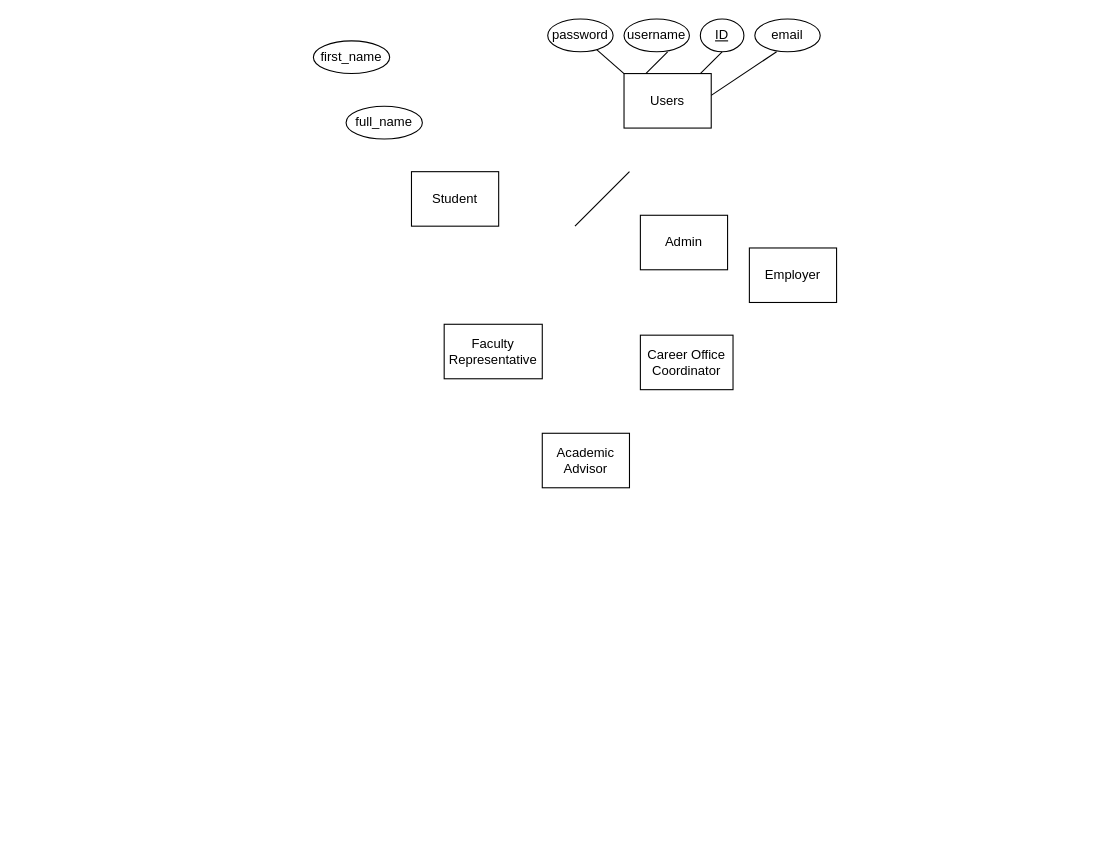
This is EERD_file1.drawio from RamyCodes/EERD, a draw.io file, before an edit. Source tidied: cells renumbered, new cells numbered last; positions are measured from the earlier drawing's top-left corner, leaving out a move shared by most shapes. Both pictures are drawn from the tidied source at 109%, with x=0, y=0 at pixel (313, 19).
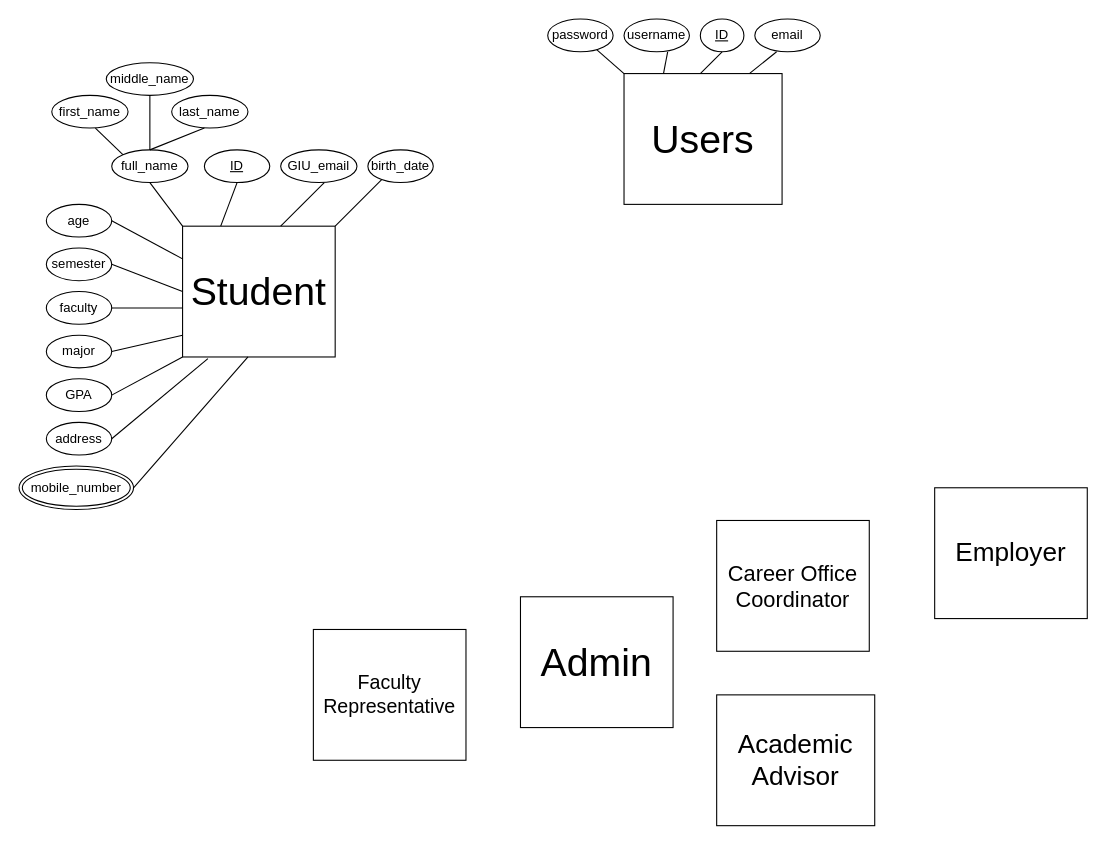
The same diagram, later.

Diff of the diagram source:
```diff
@@
-    <mxCell id="2" value="Student" style="rounded=0;whiteSpace=wrap;html=1;" parent="1" vertex="1">
-      <mxGeometry x="90" y="140" width="80" height="50" as="geometry" />
+    <mxCell id="2" value="&lt;font style=&quot;font-size: 36px&quot;&gt;Student&lt;/font&gt;" style="rounded=0;whiteSpace=wrap;html=1;" parent="1" vertex="1">
+      <mxGeometry x="-120" y="190" width="140" height="120" as="geometry" />
     </mxCell>
-    <mxCell id="3" value="Employer" style="rounded=0;whiteSpace=wrap;html=1;" parent="1" vertex="1">
-      <mxGeometry x="400" y="210" width="80" height="50" as="geometry" />
+    <mxCell id="3" value="&lt;font style=&quot;font-size: 24px&quot;&gt;Employer&lt;/font&gt;" style="rounded=0;whiteSpace=wrap;html=1;" parent="1" vertex="1">
+      <mxGeometry x="570" y="430" width="140" height="120" as="geometry" />
     </mxCell>
-    <mxCell id="4" value="Admin" style="rounded=0;whiteSpace=wrap;html=1;" parent="1" vertex="1">
-      <mxGeometry x="300" y="180" width="80" height="50" as="geometry" />
+    <mxCell id="4" value="&lt;font style=&quot;font-size: 36px&quot;&gt;Admin&lt;/font&gt;" style="rounded=0;whiteSpace=wrap;html=1;" parent="1" vertex="1">
+      <mxGeometry x="190" y="530" width="140" height="120" as="geometry" />
     </mxCell>
-    <mxCell id="5" value="Faculty Representative" style="rounded=0;whiteSpace=wrap;html=1;" parent="1" vertex="1">
-      <mxGeometry x="120" y="280" width="90" height="50" as="geometry" />
+    <mxCell id="5" value="&lt;font style=&quot;font-size: 18px&quot;&gt;Faculty Representative&lt;/font&gt;" style="rounded=0;whiteSpace=wrap;html=1;" parent="1" vertex="1">
+      <mxGeometry y="560" width="140" height="120" as="geometry" />
     </mxCell>
-    <mxCell id="6" value="Career Office&lt;br&gt;Coordinator" style="rounded=0;whiteSpace=wrap;html=1;" parent="1" vertex="1">
-      <mxGeometry x="300" y="290" width="85" height="50" as="geometry" />
+    <mxCell id="6" value="&lt;font style=&quot;font-size: 20px&quot;&gt;Career Office&lt;br&gt;Coordinator&lt;/font&gt;" style="rounded=0;whiteSpace=wrap;html=1;" parent="1" vertex="1">
+      <mxGeometry x="370" y="460" width="140" height="120" as="geometry" />
     </mxCell>
-    <mxCell id="7" value="Academic Advisor" style="rounded=0;whiteSpace=wrap;html=1;" parent="1" vertex="1">
-      <mxGeometry x="210" y="380" width="80" height="50" as="geometry" />
+    <mxCell id="7" value="&lt;font style=&quot;font-size: 24px&quot;&gt;Academic Advisor&lt;/font&gt;" style="rounded=0;whiteSpace=wrap;html=1;" parent="1" vertex="1">
+      <mxGeometry x="370" y="620" width="145" height="120" as="geometry" />
     </mxCell>
-    <mxCell id="8" value="Users" style="rounded=0;whiteSpace=wrap;html=1;" parent="1" vertex="1">
-      <mxGeometry x="285" y="50" width="80" height="50" as="geometry" />
+    <mxCell id="8" value="&lt;font style=&quot;font-size: 36px&quot;&gt;Users&lt;/font&gt;" style="rounded=0;whiteSpace=wrap;html=1;" parent="1" vertex="1">
+      <mxGeometry x="285" y="50" width="145" height="120" as="geometry" />
     </mxCell>
@@
     <mxCell id="13" style="endArrow=none;html=1;rounded=0;" parent="1" edge="1">
       <mxGeometry relative="1" as="geometry">
-        <mxPoint x="365" y="70" as="sourcePoint" />
+        <mxPoint x="400" y="50" as="sourcePoint" />
         <mxPoint x="425" y="30" as="targetPoint" />
       </mxGeometry>
     </mxCell>
@@
     <mxCell id="17" style="endArrow=none;html=1;rounded=0;" parent="1" edge="1">
       <mxGeometry relative="1" as="geometry">
-        <mxPoint x="240" y="190" as="sourcePoint" />
-        <mxPoint x="290" y="140" as="targetPoint" />
+        <mxPoint x="20" y="190" as="sourcePoint" />
+        <mxPoint x="70" y="140" as="targetPoint" />
       </mxGeometry>
     </mxCell>
     <mxCell id="18" value="full_name" style="ellipse;whiteSpace=wrap;html=1;" parent="1" vertex="1">
-      <mxGeometry x="30" y="80" width="70" height="30" as="geometry" />
+      <mxGeometry x="-185" y="120" width="70" height="30" as="geometry" />
     </mxCell>
     <mxCell id="19" value="first_name" style="ellipse;whiteSpace=wrap;html=1;" parent="1" vertex="1">
-      <mxGeometry y="20" width="70" height="30" as="geometry" />
+      <mxGeometry x="-240" y="70" width="70" height="30" as="geometry" />
     </mxCell>
+    <mxCell id="20" value="middle_name" style="ellipse;whiteSpace=wrap;html=1;" parent="1" vertex="1">
+      <mxGeometry x="-190" y="40" width="80" height="30" as="geometry" />
+    </mxCell>
+    <mxCell id="21" value="last_name" style="ellipse;whiteSpace=wrap;html=1;" parent="1" vertex="1">
+      <mxGeometry x="-130" y="70" width="70" height="30" as="geometry" />
+    </mxCell>
+    <mxCell id="22" value="&lt;u&gt;ID&lt;/u&gt;" style="ellipse;whiteSpace=wrap;html=1;" parent="1" vertex="1">
+      <mxGeometry x="-100" y="120" width="60" height="30" as="geometry" />
+    </mxCell>
+    <mxCell id="23" value="GIU_email" style="ellipse;whiteSpace=wrap;html=1;" parent="1" vertex="1">
+      <mxGeometry x="-30" y="120" width="70" height="30" as="geometry" />
+    </mxCell>
+    <mxCell id="24" value="birth_date" style="ellipse;whiteSpace=wrap;html=1;" parent="1" vertex="1">
+      <mxGeometry x="50" y="120" width="60" height="30" as="geometry" />
+    </mxCell>
+    <mxCell id="25" value="age" style="ellipse;whiteSpace=wrap;html=1;" parent="1" vertex="1">
+      <mxGeometry x="-245" y="170" width="60" height="30" as="geometry" />
+    </mxCell>
+    <mxCell id="26" value="semester" style="ellipse;whiteSpace=wrap;html=1;" parent="1" vertex="1">
+      <mxGeometry x="-245" y="210" width="60" height="30" as="geometry" />
+    </mxCell>
+    <mxCell id="27" value="faculty" style="ellipse;whiteSpace=wrap;html=1;" parent="1" vertex="1">
+      <mxGeometry x="-245" y="250" width="60" height="30" as="geometry" />
+    </mxCell>
+    <mxCell id="28" value="major" style="ellipse;whiteSpace=wrap;html=1;" parent="1" vertex="1">
+      <mxGeometry x="-245" y="290" width="60" height="30" as="geometry" />
+    </mxCell>
+    <mxCell id="29" value="GPA" style="ellipse;whiteSpace=wrap;html=1;" parent="1" vertex="1">
+      <mxGeometry x="-245" y="330" width="60" height="30" as="geometry" />
+    </mxCell>
+    <mxCell id="30" value="address" style="ellipse;whiteSpace=wrap;html=1;" parent="1" vertex="1">
+      <mxGeometry x="-245" y="370" width="60" height="30" as="geometry" />
+    </mxCell>
+    <mxCell id="31" style="endArrow=none;html=1;rounded=0;" parent="1" edge="1">
+      <mxGeometry relative="1" as="geometry">
+        <mxPoint x="-30" y="190" as="sourcePoint" />
+        <mxPoint x="10" y="150" as="targetPoint" />
+      </mxGeometry>
+    </mxCell>
+    <mxCell id="32" style="endArrow=none;html=1;rounded=0;exitX=0.25;exitY=0;exitDx=0;exitDy=0;entryX=0.5;entryY=1;entryDx=0;entryDy=0;" parent="1" edge="1" source="2" target="22">
+      <mxGeometry relative="1" as="geometry" />
+    </mxCell>
+    <mxCell id="33" style="endArrow=none;html=1;rounded=0;exitX=0;exitY=0;exitDx=0;exitDy=0;entryX=0.5;entryY=1;entryDx=0;entryDy=0;" parent="1" edge="1" source="2" target="18">
+      <mxGeometry relative="1" as="geometry" />
+    </mxCell>
+    <mxCell id="34" style="endArrow=none;html=1;rounded=0;exitX=0.5;exitY=0;exitDx=0;exitDy=0;" parent="1" edge="1" source="18">
+      <mxGeometry relative="1" as="geometry">
+        <mxPoint x="-100" y="100" as="targetPoint" />
+      </mxGeometry>
+    </mxCell>
+    <mxCell id="35" style="endArrow=none;html=1;rounded=0;exitX=0.5;exitY=0;exitDx=0;exitDy=0;entryX=0.5;entryY=1;entryDx=0;entryDy=0;" parent="1" edge="1" source="18" target="20">
+      <mxGeometry relative="1" as="geometry" />
+    </mxCell>
+    <mxCell id="36" style="endArrow=none;html=1;rounded=0;exitX=0;exitY=0;exitDx=0;exitDy=0;" parent="1" edge="1" source="18">
+      <mxGeometry relative="1" as="geometry">
+        <mxPoint x="-200" y="100" as="targetPoint" />
+      </mxGeometry>
+    </mxCell>
+    <mxCell id="37" value="mobile_number" style="ellipse;shape=doubleEllipse;margin=3;whiteSpace=wrap;html=1;align=center;fontSize=12;" parent="1" vertex="1">
+      <mxGeometry x="-270" y="410" width="105" height="40" as="geometry" />
+    </mxCell>
+    <mxCell id="38" style="endArrow=none;html=1;rounded=0;fontSize=12;entryX=0;entryY=0.25;entryDx=0;entryDy=0;exitX=1;exitY=0.5;exitDx=0;exitDy=0;" parent="1" edge="1" source="25" target="2">
+      <mxGeometry relative="1" as="geometry" />
+    </mxCell>
+    <mxCell id="39" style="endArrow=none;html=1;rounded=0;fontSize=12;entryX=0;entryY=0.5;entryDx=0;entryDy=0;exitX=1;exitY=0.5;exitDx=0;exitDy=0;" parent="1" edge="1" source="26" target="2">
+      <mxGeometry relative="1" as="geometry" />
+    </mxCell>
+    <mxCell id="40" style="endArrow=none;html=1;rounded=0;fontSize=12;exitX=1;exitY=0.5;exitDx=0;exitDy=0;" parent="1" edge="1" source="27">
+      <mxGeometry relative="1" as="geometry">
+        <mxPoint x="-120" y="265" as="targetPoint" />
+      </mxGeometry>
+    </mxCell>
+    <mxCell id="41" style="endArrow=none;html=1;rounded=0;fontSize=12;exitX=1;exitY=0.5;exitDx=0;exitDy=0;" parent="1" edge="1" source="28">
+      <mxGeometry relative="1" as="geometry">
+        <mxPoint x="-120" y="290" as="targetPoint" />
+      </mxGeometry>
+    </mxCell>
+    <mxCell id="42" style="endArrow=none;html=1;rounded=0;fontSize=12;exitX=1;exitY=0.5;exitDx=0;exitDy=0;" parent="1" edge="1" source="29">
+      <mxGeometry relative="1" as="geometry">
+        <mxPoint x="-120" y="310" as="targetPoint" />
+      </mxGeometry>
+    </mxCell>
+    <mxCell id="43" style="endArrow=none;html=1;rounded=0;fontSize=12;entryX=0.166;entryY=1.012;entryDx=0;entryDy=0;exitX=1;exitY=0.5;exitDx=0;exitDy=0;entryPerimeter=0;" parent="1" edge="1" source="30" target="2">
+      <mxGeometry relative="1" as="geometry" />
+    </mxCell>
+    <mxCell id="44" style="endArrow=none;html=1;rounded=0;fontSize=12;entryX=0;entryY=0.5;entryDx=0;entryDy=0;exitX=1;exitY=0.5;exitDx=0;exitDy=0;" parent="1" edge="1" source="37">
+      <mxGeometry relative="1" as="geometry">
+        <mxPoint x="-60" y="310" as="targetPoint" />
+      </mxGeometry>
+    </mxCell>
```
